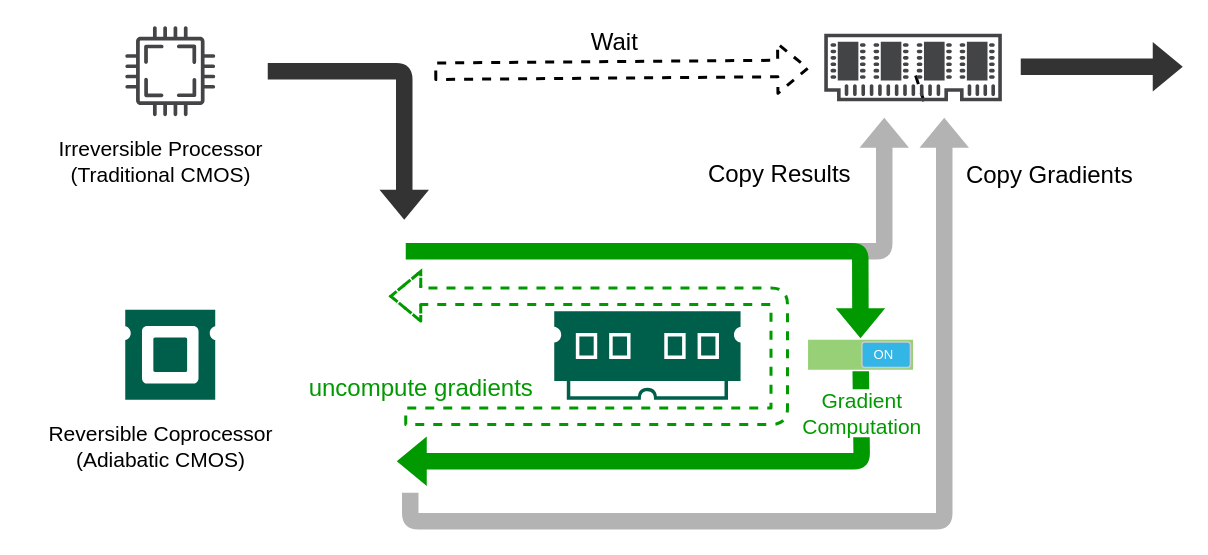
The draw.io diagram hardware.drawio in GiggleLiu/nilangpaper, before the edit. Source tidied: cells renumbered, new cells numbered last; positions are measured from the earlier drawing's top-left corner, leaving out a move shared by most shapes. Both pictures are drawn from the tidied source at 150%, with x=0, y=0 at pixel (26, 26).
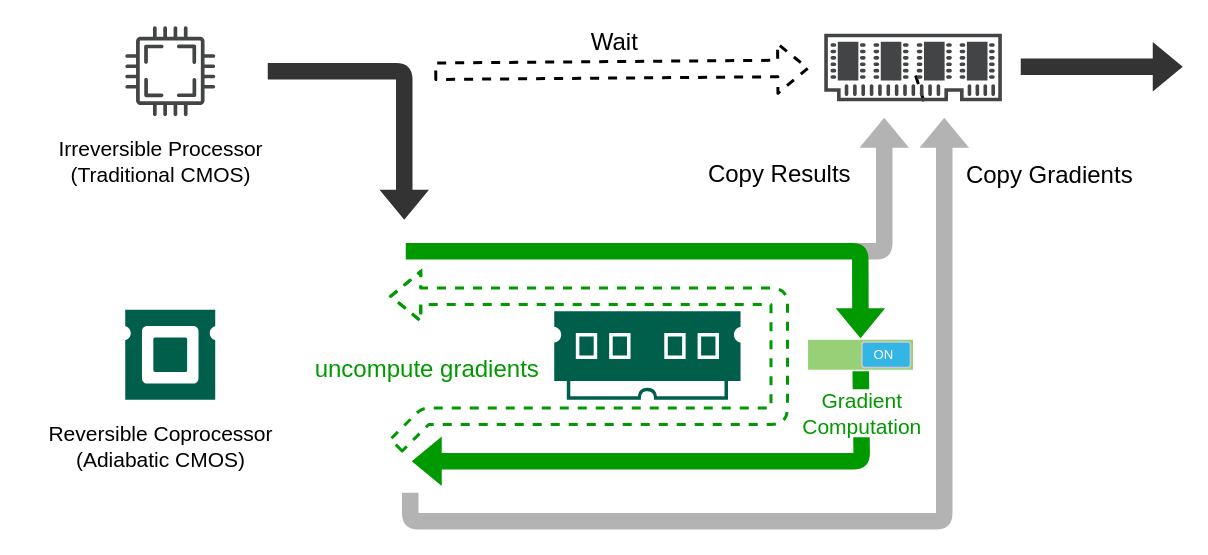
After the change.

Unchanged cells that the change refers to:
```xml
<mxCell id="18" style="verticalLabelPosition=bottom;verticalAlign=top;html=1;shadow=0;dashed=0;strokeWidth=1;shape=mxgraph.android.switch_on;fillColor=#97D077;" parent="1" vertex="1">
  <mxGeometry x="521.2" y="209" width="70" height="20" as="geometry" />
</mxCell>
```

Change to the diagram source:
```diff
@@
-    <mxCell id="11" style="shape=flexArrow;endArrow=classic;html=1;strokeColor=none;strokeWidth=2;fontSize=16;fillColor=#009900;" parent="1" edge="1" source="18">
+    <mxCell id="11" style="shape=flexArrow;endArrow=block;html=1;strokeColor=none;strokeWidth=2;fontSize=16;fillColor=#009900;endFill=0;" parent="1" edge="1" source="18">
       <mxGeometry x="0.82" y="-80" relative="1" as="geometry">
-        <mxPoint x="246" y="290" as="targetPoint" />
+        <mxPoint x="256" y="290" as="targetPoint" />
         <Array as="points">
           <mxPoint x="557" y="290" />
         </Array>
       </mxGeometry>
     </mxCell>
@@
     <mxCell id="16" style="shape=flexArrow;endArrow=classic;html=1;strokeColor=#009900;strokeWidth=2;fontSize=16;fillColor=none;dashed=1;" parent="1" edge="1">
       <mxGeometry x="0.82" y="-80" relative="1" as="geometry">
-        <mxPoint x="252" y="260" as="sourcePoint" />
+        <mxPoint x="246" y="280" as="sourcePoint" />
         <mxPoint x="242" y="180" as="targetPoint" />
         <Array as="points">
+          <mxPoint x="266" y="260" />
           <mxPoint x="502" y="260" />
           <mxPoint x="502" y="180" />
         </Array>
       </mxGeometry>
     </mxCell>
     <mxCell id="17" value="uncompute gradients" style="text;html=1;align=center;verticalAlign=middle;labelBackgroundColor=#ffffff;fontSize=16;fontColor=#009900;" parent="16" vertex="1">
       <mxGeometry x="0.02" y="-2" relative="1" as="geometry">
-        <mxPoint x="-242" y="31" as="offset" />
+        <mxPoint x="-238" y="11" as="offset" />
       </mxGeometry>
     </mxCell>
```
